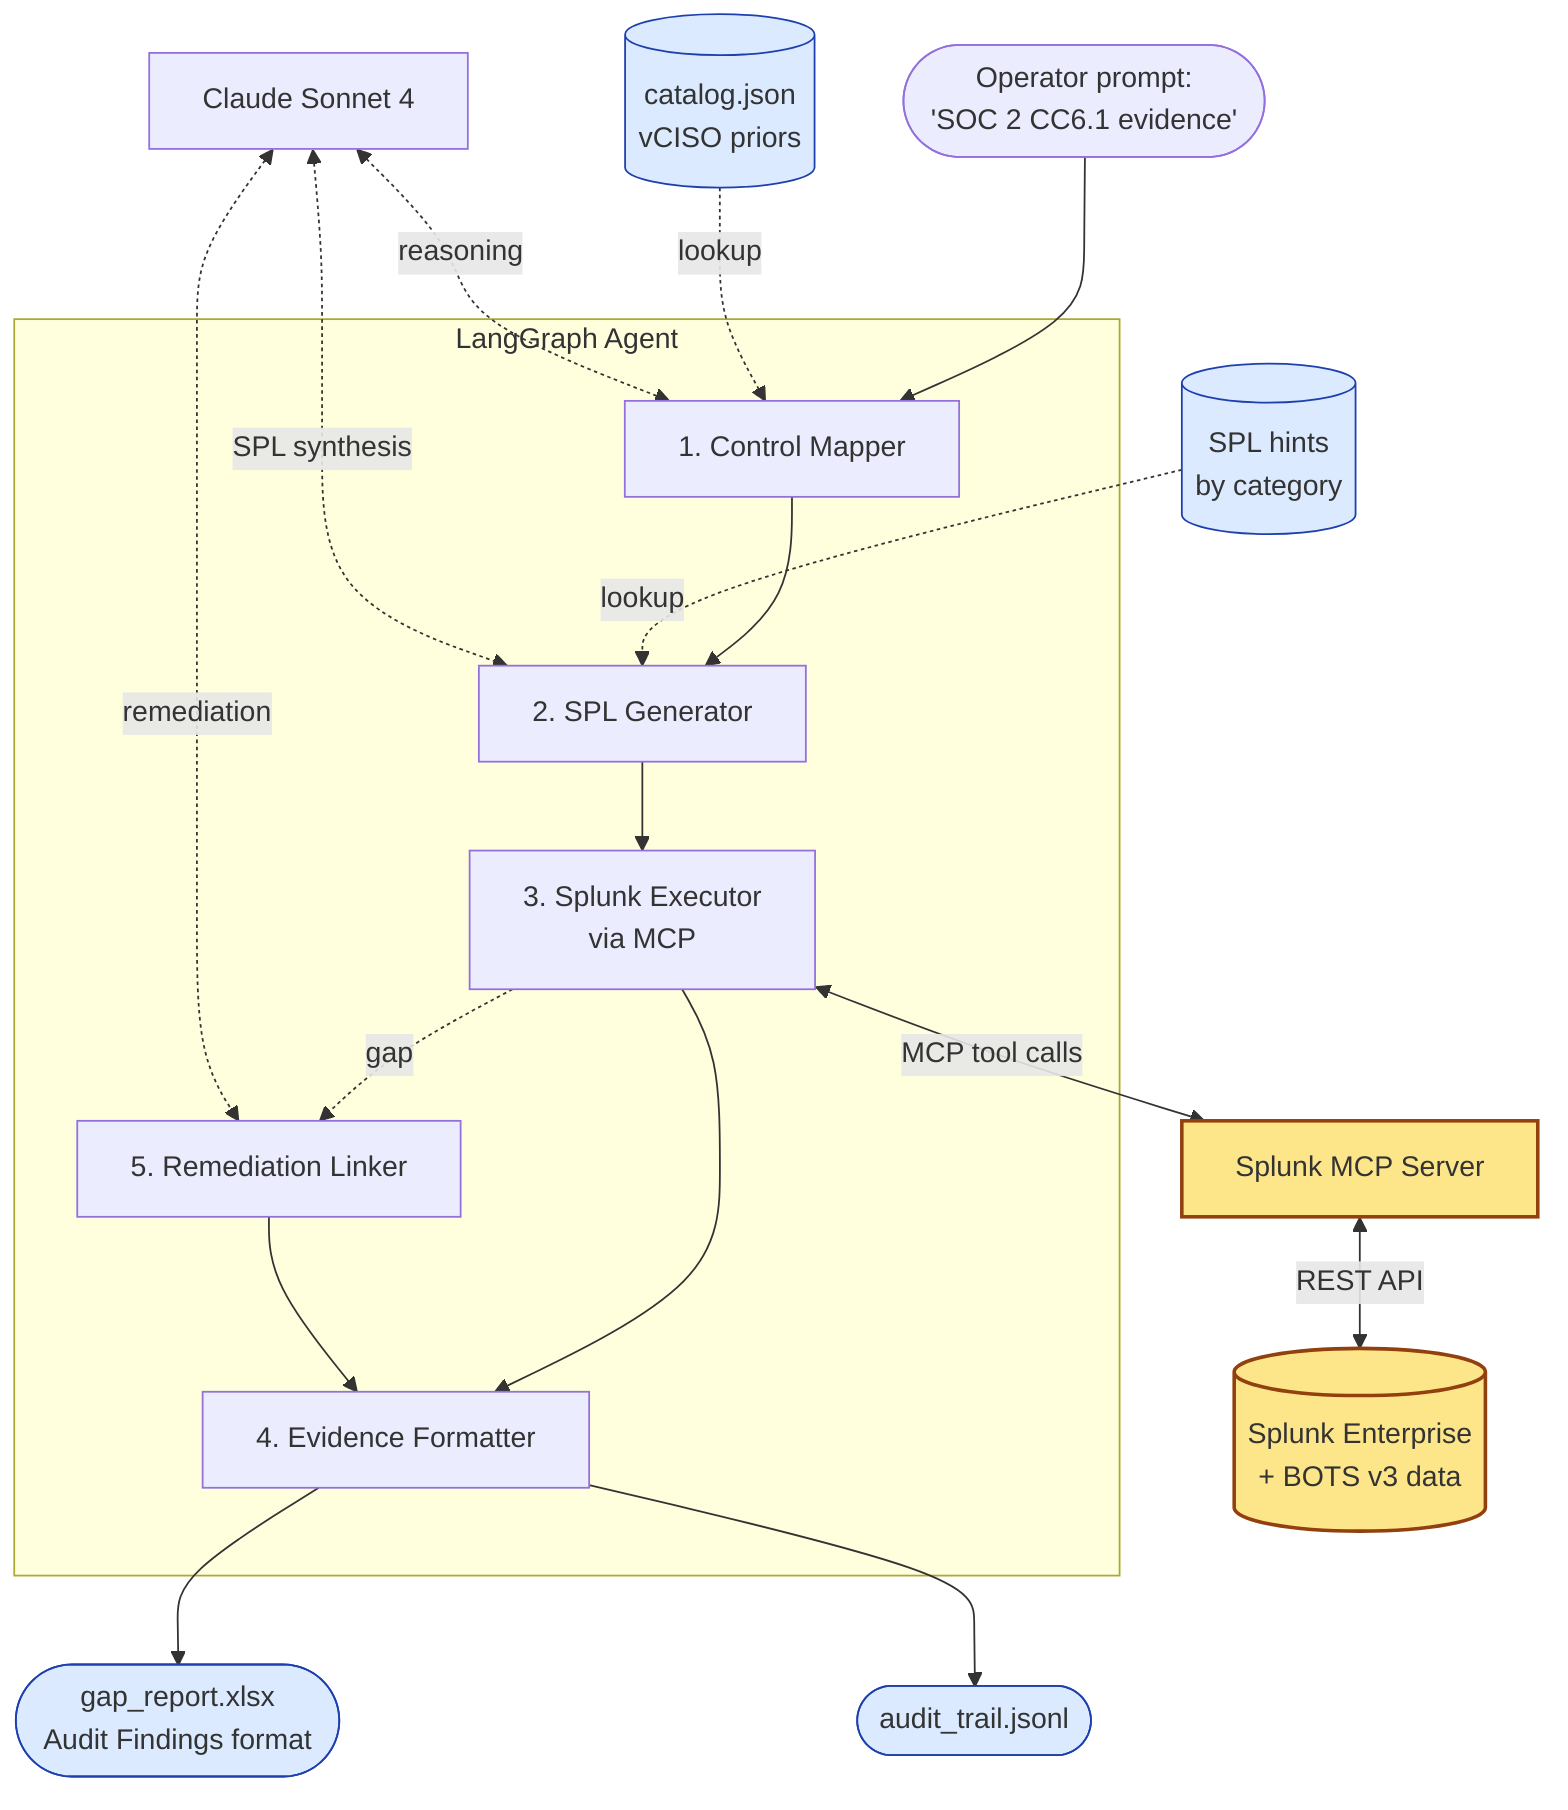
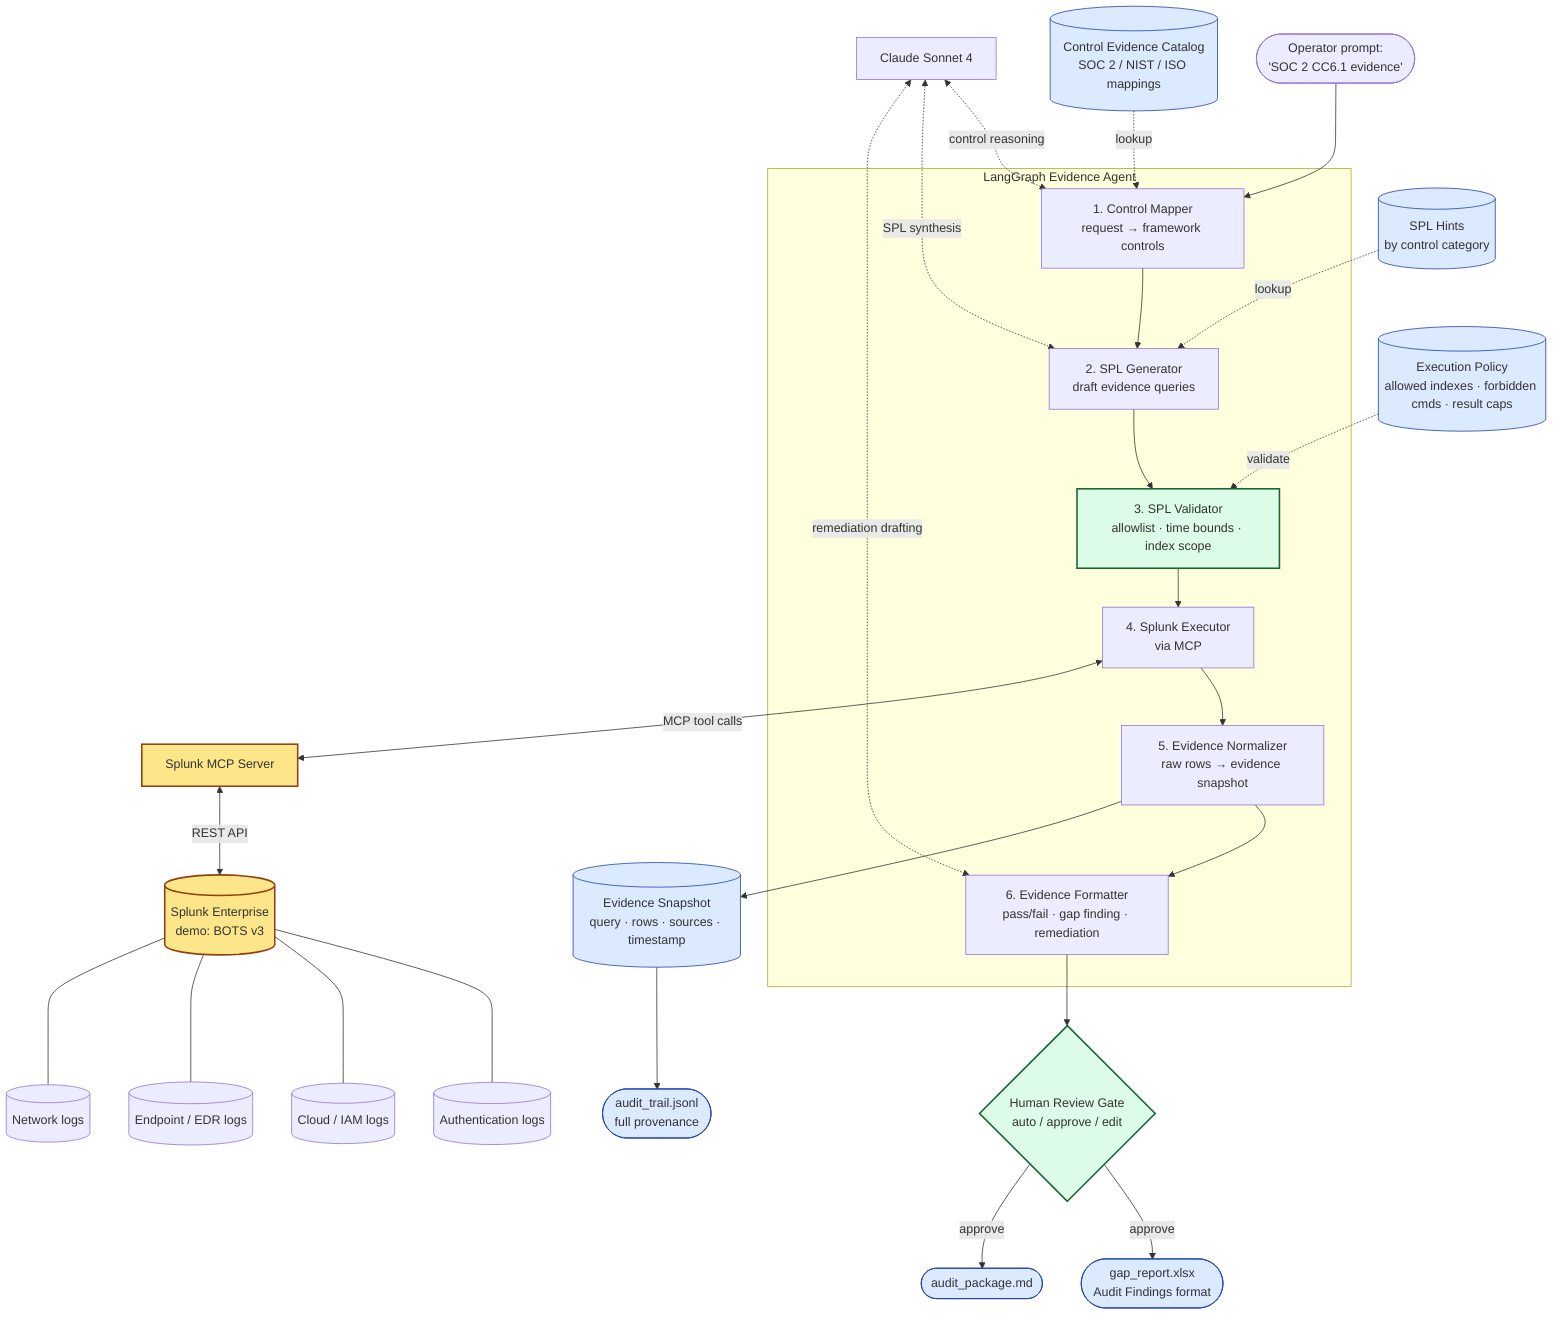
flowchart TD
    O([Operator prompt:<br/>'SOC 2 CC6.1 evidence']) --> CM

-     subgraph Agent[LangGraph Agent]
-         CM[1. Control Mapper] --> SG[2. SPL Generator]
-         SG --> SE[3. Splunk Executor<br/>via MCP]
-         SE --> FM[4. Evidence Formatter]
-         SE -.gap.-> RL[5. Remediation Linker]
-         RL --> FM
+     subgraph Agent[LangGraph Evidence Agent]
+         CM[1. Control Mapper<br/>request → framework controls] --> SG[2. SPL Generator<br/>draft evidence queries]
+         SG --> SV[3. SPL Validator<br/>allowlist · time bounds · index scope]
+         SV --> SE[4. Splunk Executor<br/>via MCP]
+         SE --> EN[5. Evidence Normalizer<br/>raw rows → evidence snapshot]
+         EN --> FM[6. Evidence Formatter<br/>pass/fail · gap finding · remediation]
    end

-     CAT[(catalog.json<br/>vCISO priors)] -.lookup.-> CM
-     HINT[(SPL hints<br/>by category)] -.lookup.-> SG
+     CAT[(Control Evidence Catalog<br/>SOC 2 / NIST / ISO mappings)] -.lookup.-> CM
+     HINT[(SPL Hints<br/>by control category)] -.lookup.-> SG
+     POLICY[(Execution Policy<br/>allowed indexes · forbidden cmds · result caps)] -.validate.-> SV

    SE <-->|MCP tool calls| MCP[Splunk MCP Server]
-     MCP <-->|REST API| SPL[(Splunk Enterprise<br/>+ BOTS v3 data)]
+     MCP <-->|REST API| SPL[(Splunk Enterprise<br/>demo: BOTS v3)]

-     FM --> OUT([gap_report.xlsx<br/>Audit Findings format])
-     FM --> LOG([audit_trail.jsonl])
+     SPL --- AUTH[(Authentication logs)]
+     SPL --- CLOUD[(Cloud / IAM logs)]
+     SPL --- EDR[(Endpoint / EDR logs)]
+     SPL --- NET[(Network logs)]

-     LLM[Claude Sonnet 4] <-.reasoning.-> CM
+     FM --> REVIEW{Human Review Gate<br/>auto / approve / edit}
+     REVIEW -->|approve| OUT([gap_report.xlsx<br/>Audit Findings format])
+     REVIEW -->|approve| MD([audit_package.md])
+     EN --> RAW[(Evidence Snapshot<br/>query · rows · sources · timestamp)]
+     RAW --> LOG([audit_trail.jsonl<br/>full provenance])
+ 
+     LLM[Claude Sonnet 4] <-.control reasoning.-> CM
    LLM <-.SPL synthesis.-> SG
-     LLM <-.remediation.-> RL
+     LLM <-.remediation drafting.-> FM

    classDef accent fill:#fde68a,stroke:#92400e,stroke-width:2px;
    classDef data fill:#dbeafe,stroke:#1e40af;
+     classDef guard fill:#dcfce7,stroke:#166534,stroke-width:2px;
    class MCP,SPL accent
-     class CAT,HINT,OUT,LOG data
+     class CAT,HINT,POLICY,RAW,OUT,LOG,MD data
+     class SV,REVIEW guard
